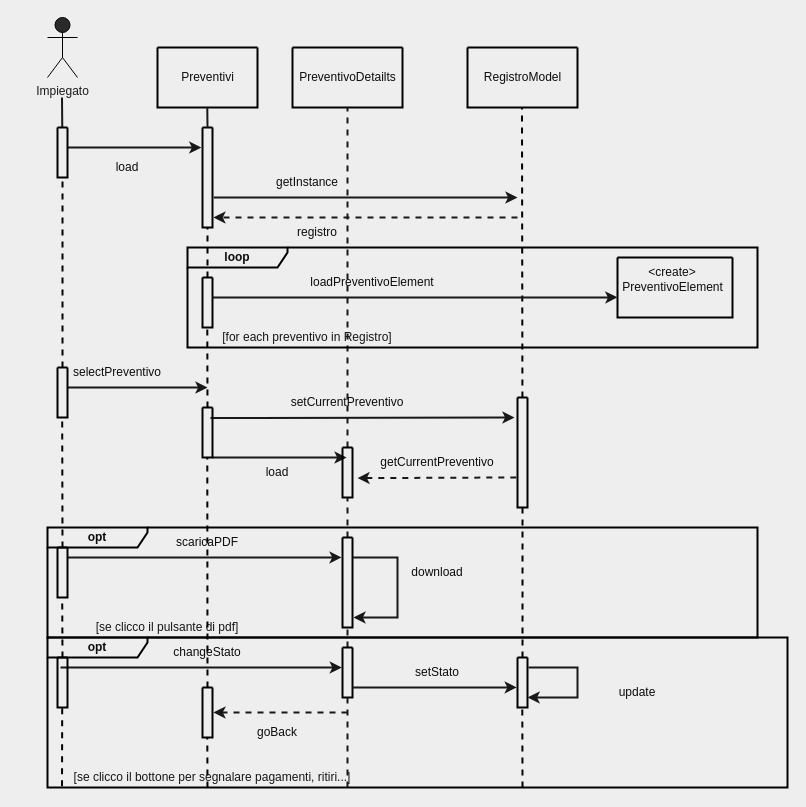
Before: doc/preventiviSeq.drawio in 446f6e6e79/ConfiguratoreAuto, a draw.io diagram. Source tidied: cells renumbered, new cells numbered last; positions are measured from the earlier drawing's top-left corner, leaving out a move shared by most shapes. Both pictures are drawn from the tidied source at 100%, with x=0, y=0 at pixel (47, 17).
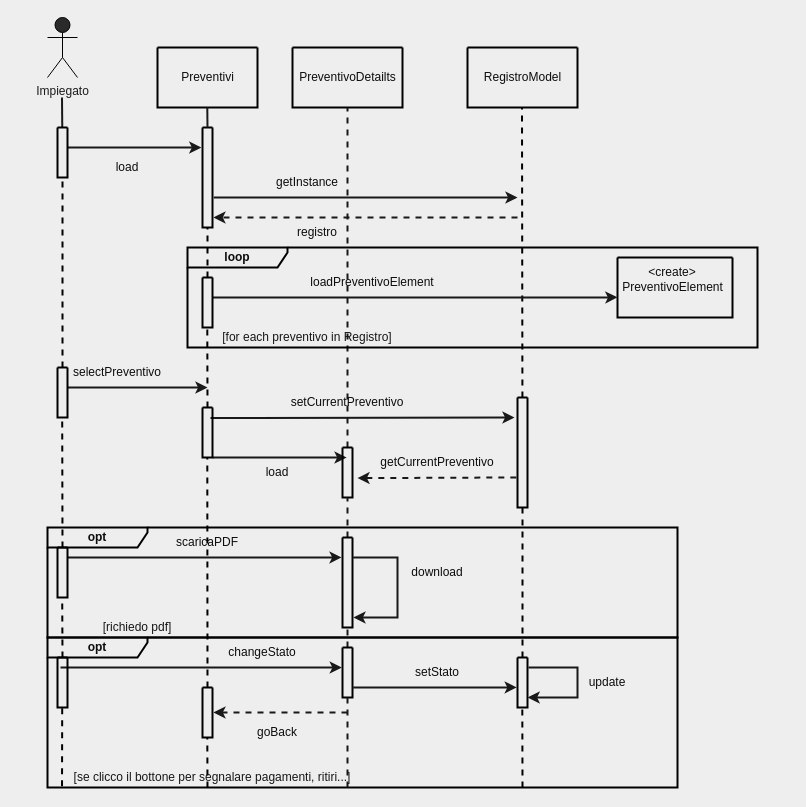
The same diagram, later.

Change to the diagram source:
```diff
@@
     <mxCell id="37" value="&lt;b&gt;opt&lt;/b&gt;" style="shape=umlFrame;whiteSpace=wrap;html=1;labelBackgroundColor=none;strokeColor=#000000;strokeWidth=2;fontColor=#0D0D0D;fillColor=none;width=100;height=20;" parent="1" vertex="1">
-      <mxGeometry y="620" width="740" height="150" as="geometry" />
+      <mxGeometry y="620" width="630" height="150" as="geometry" />
     </mxCell>
@@
     <mxCell id="39" value="&lt;b&gt;opt&lt;/b&gt;" style="shape=umlFrame;whiteSpace=wrap;html=1;labelBackgroundColor=none;strokeColor=#000000;strokeWidth=2;fontColor=#0D0D0D;fillColor=none;width=100;height=20;" parent="1" vertex="1">
-      <mxGeometry y="510" width="710" height="110" as="geometry" />
+      <mxGeometry y="510" width="630" height="110" as="geometry" />
     </mxCell>
@@
     <mxCell id="45" value="changeStato" style="text;html=1;strokeColor=none;fillColor=none;align=center;verticalAlign=middle;whiteSpace=wrap;rounded=0;labelBackgroundColor=none;strokeWidth=2;fontColor=#0D0D0D;" parent="1" vertex="1">
-      <mxGeometry x="130" y="620" width="60" height="30" as="geometry" />
+      <mxGeometry x="185" y="620" width="60" height="30" as="geometry" />
     </mxCell>
@@
-    <mxCell id="48" value="&lt;font color=&quot;#171717&quot;&gt;[se clicco il pulsante di pdf]&lt;/font&gt;" style="text;html=1;strokeColor=none;fillColor=none;align=center;verticalAlign=middle;whiteSpace=wrap;rounded=0;" parent="1" vertex="1">
-      <mxGeometry y="600" width="240" height="20" as="geometry" />
+    <mxCell id="48" value="&lt;font color=&quot;#171717&quot;&gt;[richiedo pdf]&lt;/font&gt;" style="text;html=1;strokeColor=none;fillColor=none;align=center;verticalAlign=middle;whiteSpace=wrap;rounded=0;" parent="1" vertex="1">
+      <mxGeometry x="-30" y="600" width="240" height="20" as="geometry" />
     </mxCell>
@@
     <mxCell id="68" value="update" style="text;html=1;strokeColor=none;fillColor=none;align=center;verticalAlign=middle;whiteSpace=wrap;rounded=0;labelBackgroundColor=none;strokeWidth=2;fontColor=#0D0D0D;" parent="1" vertex="1">
-      <mxGeometry x="560" y="660" width="60" height="30" as="geometry" />
+      <mxGeometry x="530" y="650" width="60" height="30" as="geometry" />
     </mxCell>
```
